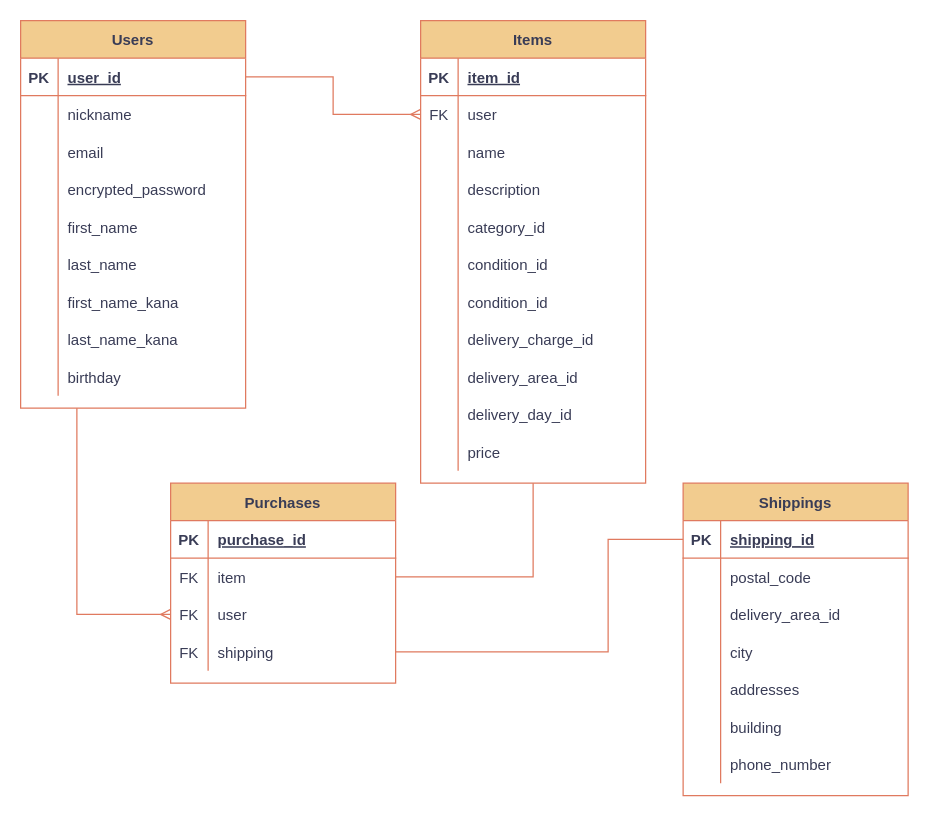
abreahn/furima-34875 keeps this draw.io diagram as furima-34875.dio. Above is the earlier version. Source tidied: cells renumbered, new cells numbered last; positions are measured from the earlier drawing's top-left corner, leaving out a move shared by most shapes. Both pictures are drawn from the tidied source at 125%, with x=0, y=0 at pixel (20, 20).
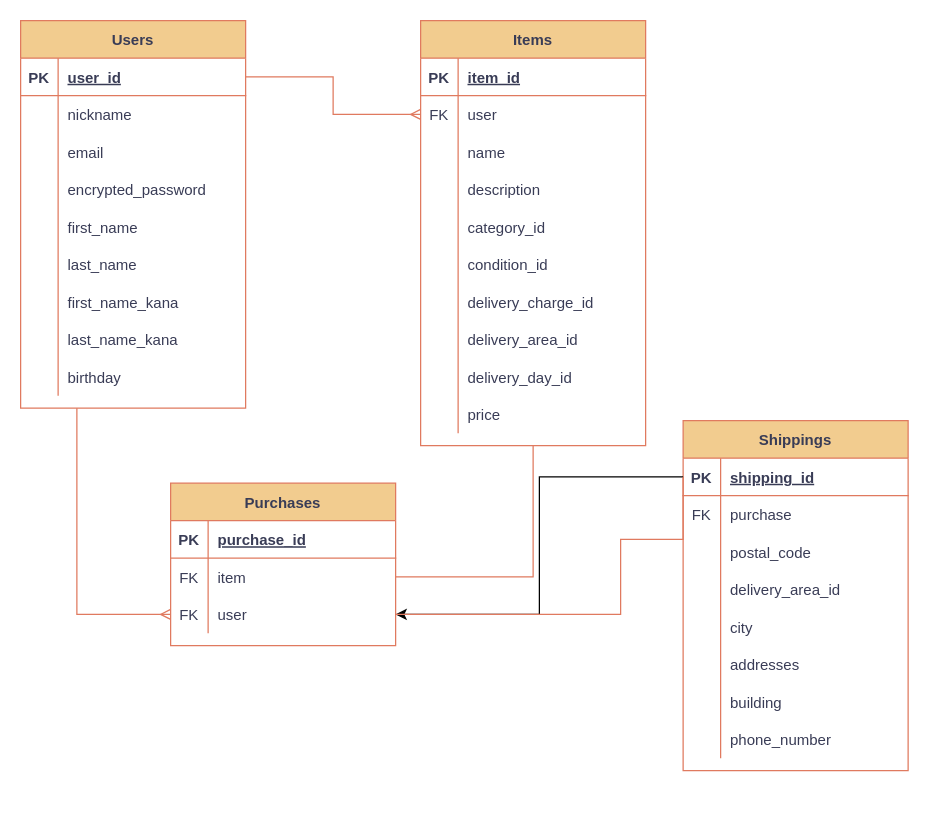
The same page after the edit.

Unchanged cells that the change refers to:
```xml
<mxCell id="73" style="shape=partialRectangle;fillColor=none;top=0;left=0;bottom=0;right=0;points=[[0,0.5],[1,0.5]];portConstraint=eastwest;strokeColor=#E07A5F;fontColor=#393C56;" parent="66" vertex="1">
  <mxGeometry y="90" width="180" height="30" as="geometry" />
</mxCell>
<mxCell id="80" style="shape=partialRectangle;fillColor=none;top=0;left=0;bottom=1;right=0;points=[[0,0.5],[1,0.5]];portConstraint=eastwest;strokeColor=#E07A5F;fontColor=#393C56;" parent="79" vertex="1">
  <mxGeometry y="30" width="180" height="30" as="geometry" />
</mxCell>
<mxCell id="83" style="shape=partialRectangle;fillColor=none;top=0;left=0;bottom=0;right=0;strokeColor=#E07A5F;fontColor=#393C56;" parent="79" vertex="1">
  <mxGeometry y="60" width="180" height="30" as="geometry" />
</mxCell>
```

The edit, as a diff of the source:
```diff
@@
     <mxCell id="32" value="Items" style="shape=table;startSize=30;childLayout=tableLayout;rowLines=0;fontStyle=1;align=center;fillColor=#F2CC8F;strokeColor=#E07A5F;fontColor=#393C56;" parent="1" vertex="1">
-      <mxGeometry x="320" width="180" height="370" as="geometry" />
+      <mxGeometry x="320" width="180" height="340" as="geometry" />
     </mxCell>
@@
-    <mxCell id="51" style="shape=partialRectangle;fillColor=none;top=0;left=0;bottom=0;right=0;strokeColor=#E07A5F;fontColor=#393C56;" parent="32" vertex="1">
-      <mxGeometry y="210" width="180" height="30" as="geometry" />
-    </mxCell>
-    <mxCell id="52" style="shape=partialRectangle;fillColor=none;top=0;left=0;bottom=0;right=0;overflow=hidden;strokeColor=#E07A5F;fontColor=#393C56;" parent="51" vertex="1">
-      <mxGeometry width="30" height="30" as="geometry" />
-    </mxCell>
-    <mxCell id="53" value="condition_id" style="shape=partialRectangle;fillColor=none;top=0;left=0;bottom=0;right=0;align=left;spacingLeft=6;overflow=hidden;strokeColor=#E07A5F;fontColor=#393C56;" parent="51" vertex="1">
-      <mxGeometry x="30" width="150" height="30" as="geometry" />
-    </mxCell>
     <mxCell id="54" style="shape=partialRectangle;fillColor=none;top=0;left=0;bottom=0;right=0;strokeColor=#E07A5F;fontColor=#393C56;" parent="32" vertex="1">
-      <mxGeometry y="240" width="180" height="30" as="geometry" />
+      <mxGeometry y="210" width="180" height="30" as="geometry" />
     </mxCell>
@@
     <mxCell id="57" style="shape=partialRectangle;fillColor=none;top=0;left=0;bottom=0;right=0;strokeColor=#E07A5F;fontColor=#393C56;" parent="32" vertex="1">
-      <mxGeometry y="270" width="180" height="30" as="geometry" />
+      <mxGeometry y="240" width="180" height="30" as="geometry" />
     </mxCell>
@@
     <mxCell id="60" style="shape=partialRectangle;fillColor=none;top=0;left=0;bottom=0;right=0;strokeColor=#E07A5F;fontColor=#393C56;" parent="32" vertex="1">
-      <mxGeometry y="300" width="180" height="30" as="geometry" />
+      <mxGeometry y="270" width="180" height="30" as="geometry" />
     </mxCell>
@@
     <mxCell id="63" style="shape=partialRectangle;fillColor=none;top=0;left=0;bottom=0;right=0;strokeColor=#E07A5F;fontColor=#393C56;" parent="32" vertex="1">
-      <mxGeometry y="330" width="180" height="30" as="geometry" />
+      <mxGeometry y="300" width="180" height="30" as="geometry" />
     </mxCell>
@@
     <mxCell id="66" value="Purchases" style="shape=table;startSize=30;childLayout=tableLayout;rowLines=0;fontStyle=1;align=center;fillColor=#F2CC8F;strokeColor=#E07A5F;fontColor=#393C56;" parent="1" vertex="1">
-      <mxGeometry x="120" y="370" width="180" height="160" as="geometry" />
+      <mxGeometry x="120" y="370" width="180" height="130" as="geometry" />
     </mxCell>
@@
-    <mxCell id="76" style="shape=partialRectangle;fillColor=none;top=0;left=0;bottom=0;right=0;points=[[0,0.5],[1,0.5]];portConstraint=eastwest;strokeColor=#E07A5F;fontColor=#393C56;" parent="66" vertex="1">
-      <mxGeometry y="120" width="180" height="30" as="geometry" />
-    </mxCell>
-    <mxCell id="77" value="FK" style="shape=partialRectangle;fillColor=none;top=0;left=0;bottom=0;right=0;overflow=hidden;strokeColor=#E07A5F;fontColor=#393C56;" parent="76" vertex="1">
-      <mxGeometry width="30" height="30" as="geometry" />
-    </mxCell>
-    <mxCell id="78" value="shipping" style="shape=partialRectangle;fillColor=none;top=0;left=0;bottom=0;right=0;align=left;spacingLeft=6;overflow=hidden;strokeColor=#E07A5F;fontColor=#393C56;" parent="76" vertex="1">
-      <mxGeometry x="30" width="150" height="30" as="geometry" />
-    </mxCell>
     <mxCell id="79" value="Shippings" style="shape=table;startSize=30;childLayout=tableLayout;rowLines=0;fontStyle=1;align=center;fillColor=#F2CC8F;strokeColor=#E07A5F;fontColor=#393C56;" parent="1" vertex="1">
-      <mxGeometry x="530" y="370" width="180" height="250" as="geometry" />
+      <mxGeometry x="530" y="320" width="180" height="280" as="geometry" />
     </mxCell>
@@
-    <mxCell id="84" style="shape=partialRectangle;fillColor=none;top=0;left=0;bottom=0;right=0;overflow=hidden;strokeColor=#E07A5F;fontColor=#393C56;" parent="83" vertex="1">
+    <mxCell id="84" value="FK" style="shape=partialRectangle;fillColor=none;top=0;left=0;bottom=0;right=0;overflow=hidden;strokeColor=#E07A5F;fontColor=#393C56;" parent="83" vertex="1">
       <mxGeometry width="30" height="30" as="geometry" />
     </mxCell>
-    <mxCell id="85" value="postal_code" style="shape=partialRectangle;fillColor=none;top=0;left=0;bottom=0;right=0;align=left;spacingLeft=6;overflow=hidden;strokeColor=#E07A5F;fontColor=#393C56;" parent="83" vertex="1">
+    <mxCell id="85" value="purchase" style="shape=partialRectangle;fillColor=none;top=0;left=0;bottom=0;right=0;align=left;spacingLeft=6;overflow=hidden;strokeColor=#E07A5F;fontColor=#393C56;" parent="83" vertex="1">
       <mxGeometry x="30" width="150" height="30" as="geometry" />
     </mxCell>
+    <mxCell id="103" style="shape=partialRectangle;fillColor=none;top=0;left=0;bottom=0;right=0;strokeColor=#E07A5F;fontColor=#393C56;" parent="79" vertex="1">
+      <mxGeometry y="90" width="180" height="30" as="geometry" />
+    </mxCell>
+    <mxCell id="52" style="shape=partialRectangle;fillColor=none;top=0;left=0;bottom=0;right=0;overflow=hidden;strokeColor=#E07A5F;fontColor=#393C56;" parent="103" vertex="1">
+      <mxGeometry width="30" height="30" as="geometry" />
+    </mxCell>
+    <mxCell id="104" value="postal_code" style="shape=partialRectangle;fillColor=none;top=0;left=0;bottom=0;right=0;align=left;spacingLeft=6;overflow=hidden;strokeColor=#E07A5F;fontColor=#393C56;" parent="103" vertex="1">
+      <mxGeometry x="30" width="150" height="30" as="geometry" />
+    </mxCell>
     <mxCell id="86" style="shape=partialRectangle;fillColor=none;top=0;left=0;bottom=0;right=0;strokeColor=#E07A5F;fontColor=#393C56;" parent="79" vertex="1">
-      <mxGeometry y="90" width="180" height="30" as="geometry" />
+      <mxGeometry y="120" width="180" height="30" as="geometry" />
     </mxCell>
@@
     <mxCell id="89" style="shape=partialRectangle;fillColor=none;top=0;left=0;bottom=0;right=0;strokeColor=#E07A5F;fontColor=#393C56;" parent="79" vertex="1">
-      <mxGeometry y="120" width="180" height="30" as="geometry" />
+      <mxGeometry y="150" width="180" height="30" as="geometry" />
     </mxCell>
@@
     <mxCell id="92" style="shape=partialRectangle;fillColor=none;top=0;left=0;bottom=0;right=0;strokeColor=#E07A5F;fontColor=#393C56;" parent="79" vertex="1">
-      <mxGeometry y="150" width="180" height="30" as="geometry" />
+      <mxGeometry y="180" width="180" height="30" as="geometry" />
     </mxCell>
@@
     <mxCell id="95" style="shape=partialRectangle;fillColor=none;top=0;left=0;bottom=0;right=0;strokeColor=#E07A5F;fontColor=#393C56;" parent="79" vertex="1">
-      <mxGeometry y="180" width="180" height="30" as="geometry" />
+      <mxGeometry y="210" width="180" height="30" as="geometry" />
     </mxCell>
@@
     <mxCell id="98" style="shape=partialRectangle;fillColor=none;top=0;left=0;bottom=0;right=0;strokeColor=#E07A5F;fontColor=#393C56;" parent="79" vertex="1">
-      <mxGeometry y="210" width="180" height="30" as="geometry" />
+      <mxGeometry y="240" width="180" height="30" as="geometry" />
     </mxCell>
@@
-    <mxCell id="102" style="edgeStyle=orthogonalEdgeStyle;rounded=0;jumpSize=6;jettySize=auto;html=1;exitX=1;exitY=0.5;exitDx=0;exitDy=0;entryX=0;entryY=0.5;entryDx=0;entryDy=0;startSize=6;sourcePerimeterSpacing=0;endArrow=none;endFill=0;strokeWidth=1;strokeColor=#E07A5F;fontColor=#393C56;labelBackgroundColor=#F4F1DE;" parent="1" edge="1" source="76" target="80">
-      <mxGeometry relative="1" as="geometry">
-        <Array as="points">
-          <mxPoint x="470" y="505" />
-          <mxPoint x="470" y="415" />
-        </Array>
-      </mxGeometry>
-    </mxCell>
+    <mxCell id="105" style="edgeStyle=orthogonalEdgeStyle;rounded=0;jettySize=auto;html=1;exitX=0;exitY=0.5;exitDx=0;exitDy=0;entryX=1;entryY=0.5;entryDx=0;entryDy=0;" parent="1" edge="1" source="80" target="73">
+      <mxGeometry relative="1" as="geometry" />
+    </mxCell>
+    <mxCell id="106" style="edgeStyle=orthogonalEdgeStyle;rounded=0;jettySize=auto;html=1;exitX=1;exitY=0.5;exitDx=0;exitDy=0;entryX=0;entryY=0.5;entryDx=0;entryDy=0;startArrow=none;startFill=0;endArrow=none;endFill=0;strokeColor=#E07A5F;" parent="1" edge="1" source="73" target="80">
+      <mxGeometry relative="1" as="geometry">
+        <Array as="points">
+          <mxPoint x="480" y="475" />
+          <mxPoint x="480" y="415" />
+        </Array>
+      </mxGeometry>
+    </mxCell>
```
